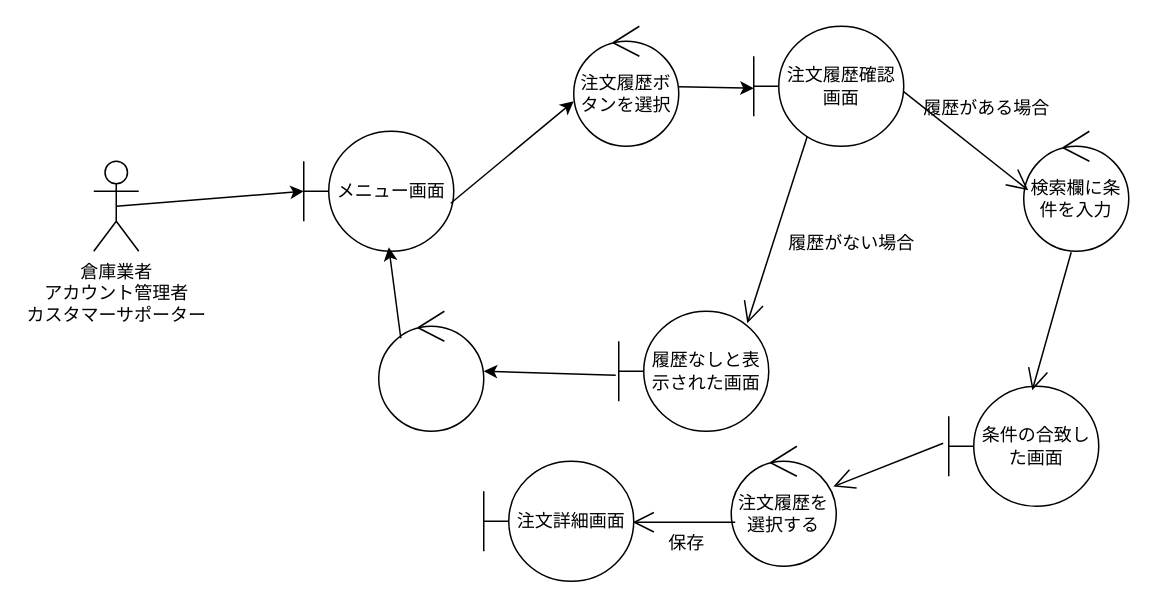
Earlier version of the draw.io diagram group/3-3_総合演習1_BBショップ注文管理システム/ロバストネス図/lo_a_03_checkhistory.drawio (ko246/ohara_uml). Source tidied: cells renumbered, new cells numbered last; positions are measured from the earlier drawing's top-left corner, leaving out a move shared by most shapes. Both pictures are drawn from the tidied source at 150%, with x=0, y=0 at pixel (93, 26).
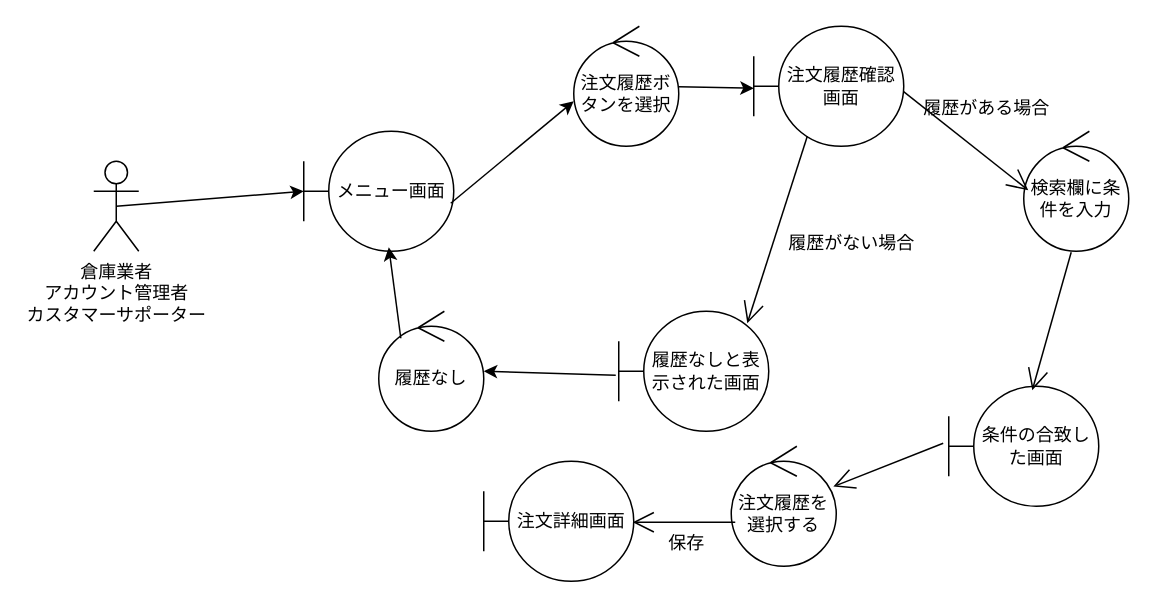
After the change.

The edit, as a diff of the source:
```diff
@@
-    <mxCell id="22" style="ellipse;shape=umlControl;whiteSpace=wrap;html=1;" parent="1" vertex="1">
+    <mxCell id="22" value="履歴なし" style="ellipse;shape=umlControl;whiteSpace=wrap;html=1;" parent="1" vertex="1">
       <mxGeometry x="190" y="190" width="70" height="80" as="geometry" />
     </mxCell>
```
